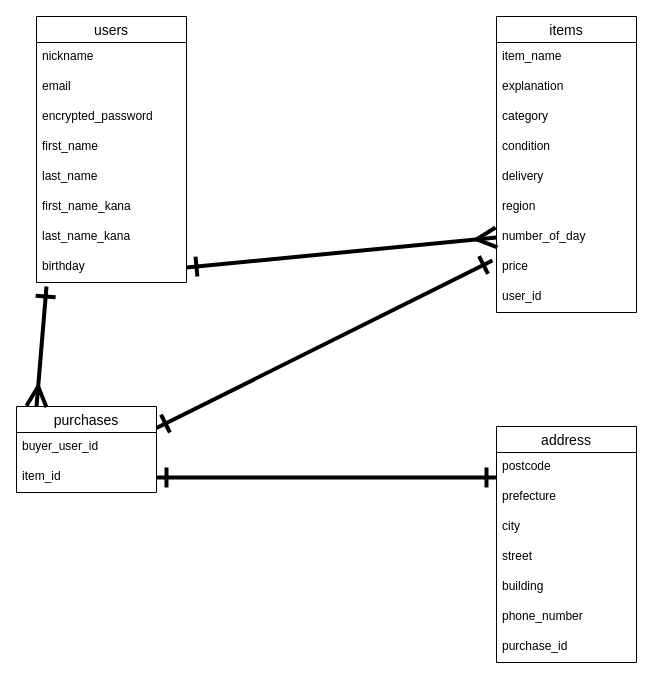
Above: data.dio in heiyou1234/furima-40012 (draw.io), before the change. Source tidied: cells renumbered, new cells numbered last; positions are measured from the earlier drawing's top-left corner, leaving out a move shared by most shapes. Both pictures are drawn from the tidied source at 100%, with x=0, y=0 at pixel (16, 16).
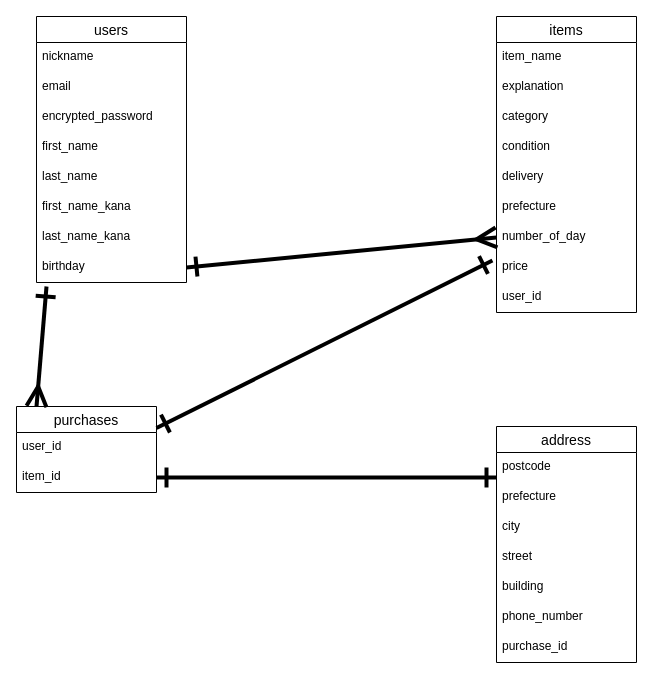
The same diagram, later.

Commit message (it also covers changes not shown here):
データベース設計３

The change refers to these unchanged cells:
```xml
<mxCell id="11" value="items" style="swimlane;fontStyle=0;horizontal=1;startSize=26;align=center;fontSize=14;" parent="1" vertex="1">
  <mxGeometry x="480" width="140" height="296" as="geometry" />
</mxCell>
<mxCell id="21" value="purchases" style="swimlane;fontStyle=0;horizontal=1;startSize=26;align=center;fontSize=14;" parent="1" vertex="1">
  <mxGeometry y="390" width="140" height="86" as="geometry" />
</mxCell>
```

The edit, as a diff of the source:
```diff
@@
-    <mxCell id="17" value="region" style="text;strokeColor=none;fillColor=none;spacingLeft=4;spacingRight=4;overflow=hidden;fontSize=12;" parent="11" vertex="1">
+    <mxCell id="17" value="prefecture" style="text;strokeColor=none;fillColor=none;spacingLeft=4;spacingRight=4;overflow=hidden;fontSize=12;" parent="11" vertex="1">
       <mxGeometry y="176" width="140" height="30" as="geometry" />
     </mxCell>
@@
-    <mxCell id="22" value="buyer_user_id" style="text;strokeColor=none;fillColor=none;spacingLeft=4;spacingRight=4;overflow=hidden;fontSize=12;" parent="21" vertex="1">
+    <mxCell id="22" value="user_id" style="text;strokeColor=none;fillColor=none;spacingLeft=4;spacingRight=4;overflow=hidden;fontSize=12;" parent="21" vertex="1">
       <mxGeometry y="26" width="140" height="30" as="geometry" />
     </mxCell>
```
